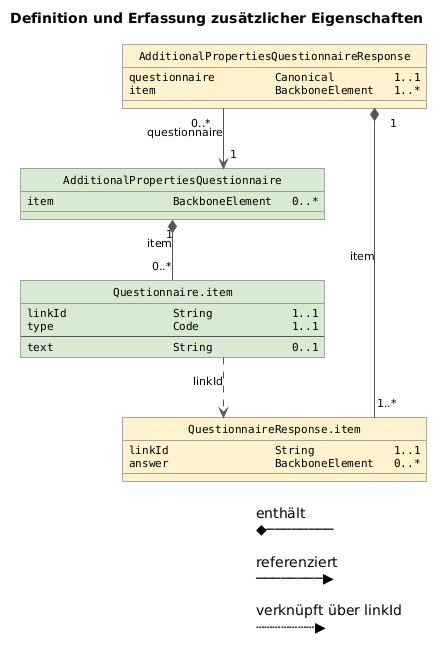
Above: rki.emiga.common/guides/implementationguides.common/PlantUML/PNGs/AdditionalPropertiesOverview.png in robert-koch-institut/rki.emiga.common (PlantUML), before the change.
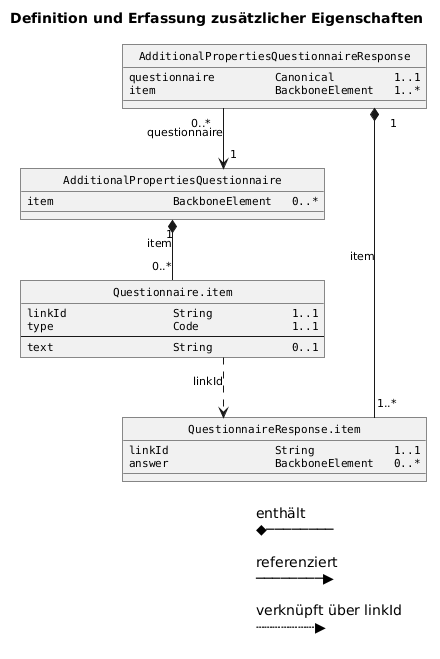
The same diagram one commit later.

Change to the diagram source:
```diff
@@ -9,29 +9,26 @@
 skinparam defaultFontSize 11
 skinparam classAttributeFontName Monospaced
 
-skinparam ArrowColor #555555
-skinparam classBorderColor #555555
-
 hide circle
 
 
-class "AdditionalPropertiesQuestionnaire" as Questionnaire #D9EAD3 {
+class "AdditionalPropertiesQuestionnaire" as Questionnaire {
   item                  BackboneElement   0..*
 }
 
-class "Questionnaire.item" as Question #D9EAD3 {
+class "Questionnaire.item" as Question {
   linkId                String            1..1
   type                  Code              1..1
   --
   text                  String            0..1
 }
 
-class "AdditionalPropertiesQuestionnaireResponse" as Response #FFF2CC {
+class "AdditionalPropertiesQuestionnaireResponse" as Response {
   questionnaire         Canonical         1..1
   item                  BackboneElement   1..*
 }
 
-class "QuestionnaireResponse.item" as Answer #FFF2CC {
+class "QuestionnaireResponse.item" as Answer {
   linkId                String            1..1
   answer                BackboneElement   0..*
 }
```
